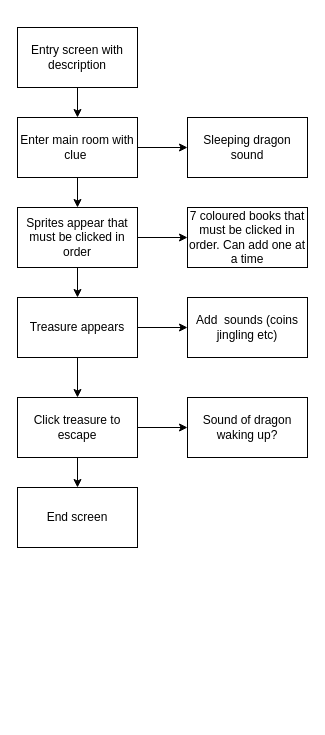
The draw.io diagram test.drawio in SchoolOfCode/escape-room-hackathon-room2grow, before the edit. Source tidied: cells renumbered, new cells numbered last; positions are measured from the earlier drawing's top-left corner, leaving out a move shared by most shapes. Both pictures are drawn from the tidied source at 100%, with x=0, y=0 at pixel (17, 27).
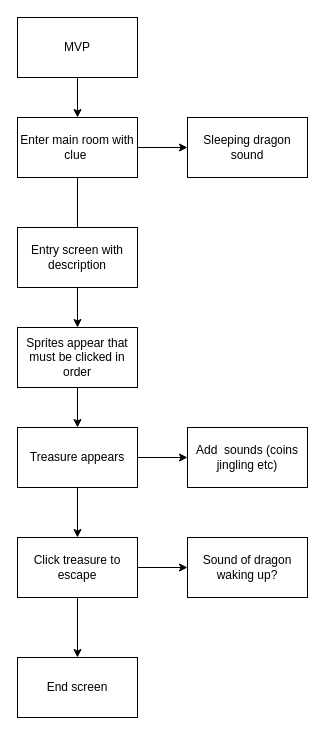
After the change.

Commit message:
added main room and door

The change refers to these unchanged cells:
```xml
<mxCell id="17" value="Enter main room with clue&amp;nbsp;" style="rounded=0;whiteSpace=wrap;html=1;" parent="1" vertex="1">
  <mxGeometry y="90" width="120" height="60" as="geometry" />
</mxCell>
```

What changed in the source:
```diff
@@
+    <mxCell id="22" style="edgeStyle=none;html=1;entryX=0.5;entryY=0;entryDx=0;entryDy=0;" parent="1" edge="1" source="3" target="7">
+      <mxGeometry relative="1" as="geometry" />
+    </mxCell>
     <mxCell id="3" value="Entry screen with description" style="rounded=0;whiteSpace=wrap;html=1;" parent="1" vertex="1">
-      <mxGeometry width="120" height="60" as="geometry" />
+      <mxGeometry y="200" width="120" height="60" as="geometry" />
     </mxCell>
@@
-    <mxCell id="5" style="edgeStyle=none;html=1;exitX=1;exitY=0.5;exitDx=0;exitDy=0;" parent="1" edge="1" source="7">
-      <mxGeometry relative="1" as="geometry">
-        <mxPoint x="120" y="210" as="targetPoint" />
-      </mxGeometry>
-    </mxCell>
-    <mxCell id="6" style="edgeStyle=none;html=1;exitX=1;exitY=0.5;exitDx=0;exitDy=0;entryX=0;entryY=0.5;entryDx=0;entryDy=0;" parent="1" edge="1" source="7" target="18">
-      <mxGeometry relative="1" as="geometry" />
-    </mxCell>
     <mxCell id="7" value="Sprites appear that must be clicked in order" style="rounded=0;whiteSpace=wrap;html=1;" parent="1" vertex="1">
-      <mxGeometry y="180" width="120" height="60" as="geometry" />
+      <mxGeometry y="300" width="120" height="60" as="geometry" />
     </mxCell>
@@
     <mxCell id="10" value="Treasure appears" style="rounded=0;whiteSpace=wrap;html=1;" parent="1" vertex="1">
-      <mxGeometry y="270" width="120" height="60" as="geometry" />
+      <mxGeometry y="400" width="120" height="60" as="geometry" />
     </mxCell>
@@
     <mxCell id="13" value="Click treasure to escape" style="rounded=0;whiteSpace=wrap;html=1;" parent="1" vertex="1">
-      <mxGeometry y="370" width="120" height="60" as="geometry" />
+      <mxGeometry y="510" width="120" height="60" as="geometry" />
     </mxCell>
     <mxCell id="14" value="End screen" style="rounded=0;whiteSpace=wrap;html=1;" parent="1" vertex="1">
-      <mxGeometry y="460" width="120" height="60" as="geometry" />
+      <mxGeometry y="630" width="120" height="60" as="geometry" />
     </mxCell>
-    <mxCell id="15" style="edgeStyle=none;html=1;exitX=0.5;exitY=1;exitDx=0;exitDy=0;entryX=0.5;entryY=0;entryDx=0;entryDy=0;" parent="1" edge="1" source="17" target="7">
-      <mxGeometry relative="1" as="geometry" />
-    </mxCell>
@@
-    <mxCell id="18" value="7 coloured books that must be clicked in order. Can add one at a time" style="rounded=0;whiteSpace=wrap;html=1;" parent="1" vertex="1">
-      <mxGeometry x="170" y="180" width="120" height="60" as="geometry" />
+    <mxCell id="18" style="edgeStyle=none;html=1;entryX=0.5;entryY=0;entryDx=0;entryDy=0;" parent="1" edge="1">
+      <mxGeometry relative="1" as="geometry" />
     </mxCell>
+    <mxCell id="23" style="edgeStyle=none;html=1;" parent="1" edge="1" source="5" target="17">
+      <mxGeometry relative="1" as="geometry" />
+    </mxCell>
+    <mxCell id="5" value="MVP" style="rounded=0;whiteSpace=wrap;html=1;" parent="1" vertex="1" source="7">
+      <mxGeometry y="-10" width="120" height="60" as="geometry" />
+    </mxCell>
     <mxCell id="19" value="Add&amp;nbsp; sounds (coins jingling etc)" style="rounded=0;whiteSpace=wrap;html=1;" parent="1" vertex="1">
-      <mxGeometry x="170" y="270" width="120" height="60" as="geometry" />
+      <mxGeometry x="170" y="400" width="120" height="60" as="geometry" />
     </mxCell>
     <mxCell id="20" value="Sound of dragon waking up?" style="rounded=0;whiteSpace=wrap;html=1;" parent="1" vertex="1">
-      <mxGeometry x="170" y="370" width="120" height="60" as="geometry" />
+      <mxGeometry x="170" y="510" width="120" height="60" as="geometry" />
     </mxCell>
```
